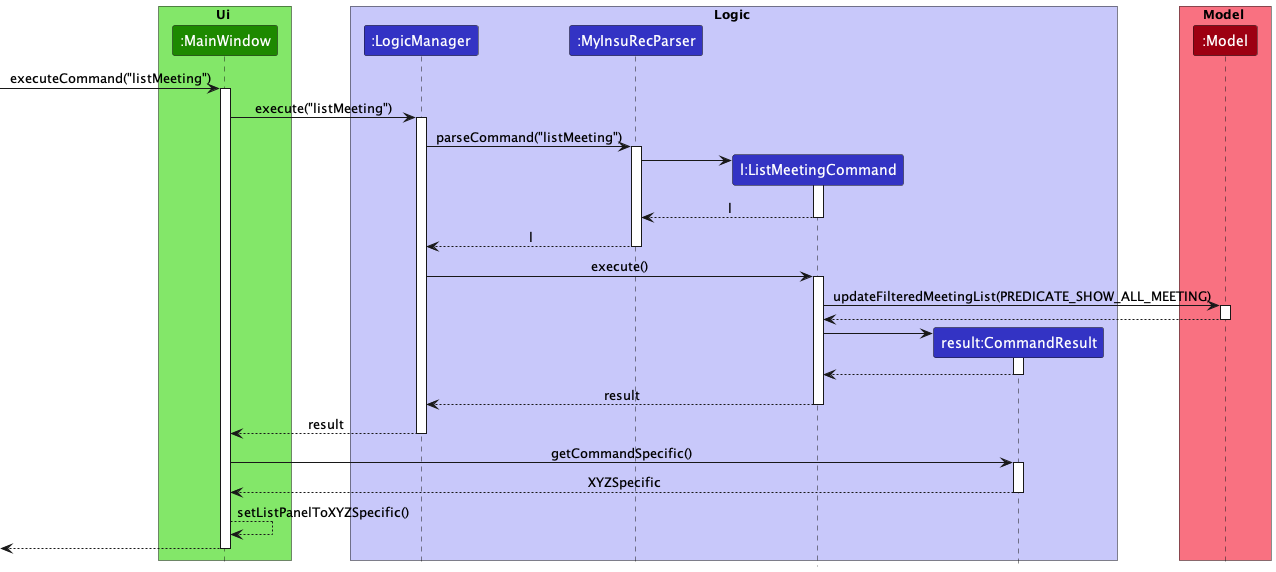
Earlier version of the PlantUML export docs/images/DifferentViewPanelsSequenceDiagram.png (nus-cs2103-AY2223S1/tp).
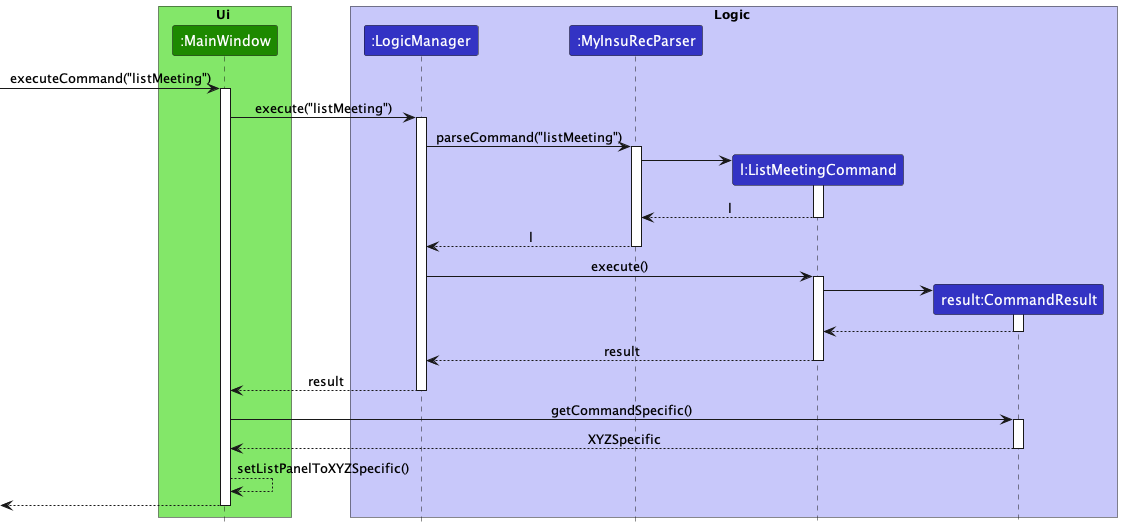
The same file after the commit.

What changed in the source:
```diff
@@ -10,10 +10,6 @@
 participant ":MyInsuRecParser" as MyInsuRecParser LOGIC_COLOR
 participant "l:ListMeetingCommand" as ListMeetingCommand LOGIC_COLOR
 participant "result:CommandResult" as CommandResult LOGIC_COLOR
-end box
-
-box Model MODEL_COLOR_T1
-participant ":Model" as Model MODEL_COLOR
 end box
 
 
@@ -39,12 +35,6 @@
 LogicManager -> ListMeetingCommand : execute()
 activate ListMeetingCommand
 
-ListMeetingCommand -> Model : updateFilteredMeetingList(PREDICATE_SHOW_ALL_MEETING)
-activate Model
-
-Model --> ListMeetingCommand
-deactivate Model
-
 create CommandResult
 ListMeetingCommand -> CommandResult
 activate CommandResult
```
